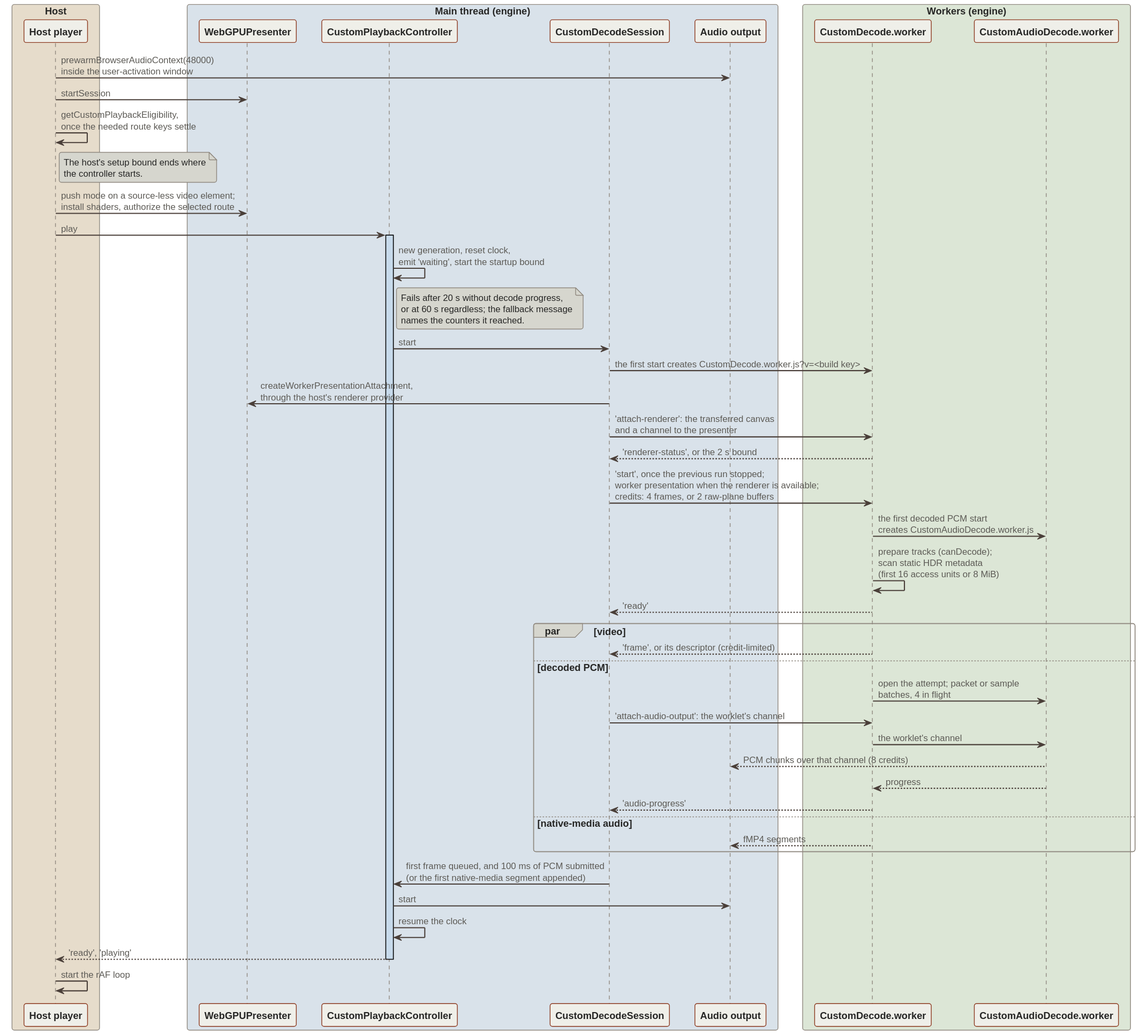
The PlantUML diagram docs/src/diagrams/custom-session-startup.light.svg in alchemyyy/WebGPU-Player, before a commit.
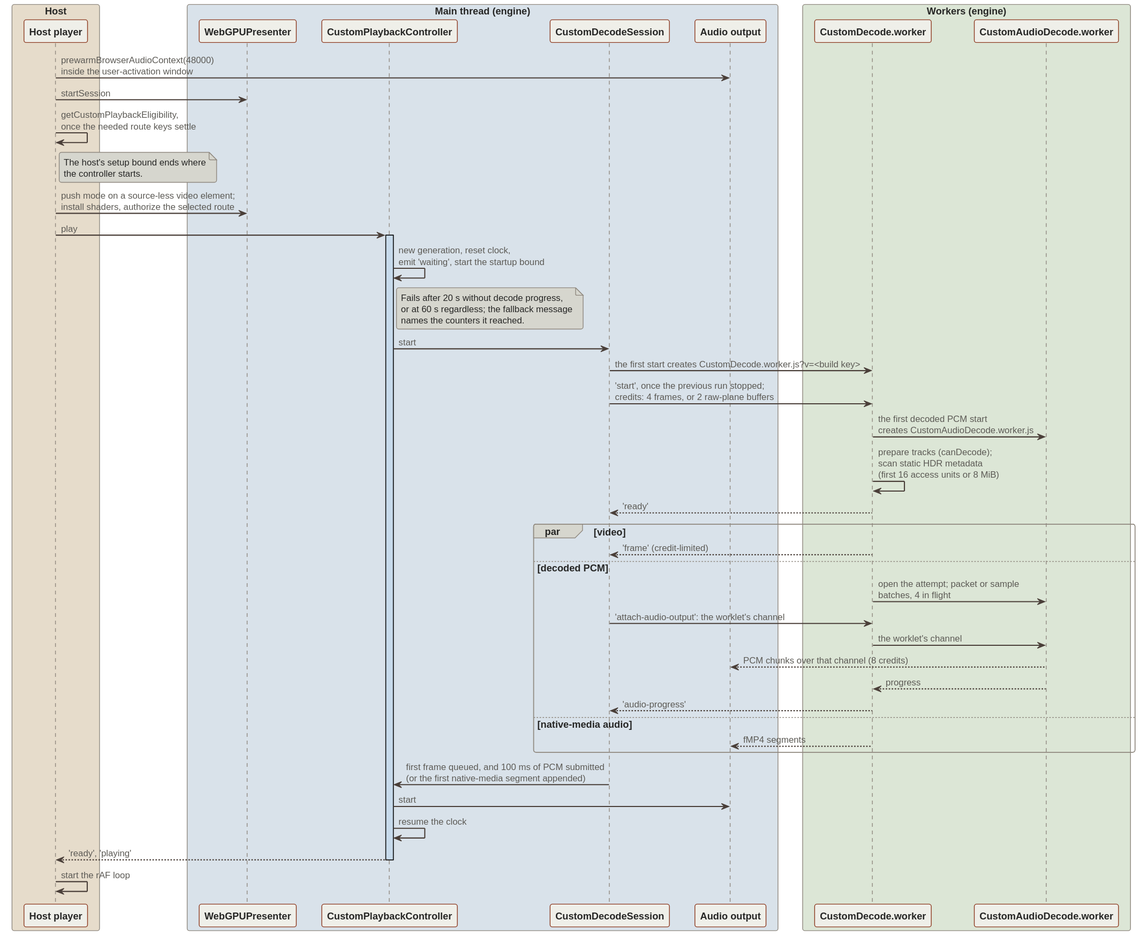
After the commit.

The edit, as a diff of the source:
```diff
@@ -34,15 +34,12 @@
 end note
 controller -> session : start
 session -> worker : the first start creates CustomDecode.worker.js?v=<build key>
-session -> presenter : createWorkerPresentationAttachment,\nthrough the host's renderer provider
-session -> worker : 'attach-renderer': the transferred canvas\nand a channel to the presenter
-worker --> session : 'renderer-status', or the 2 s bound
-session -> worker : 'start', once the previous run stopped;\nworker presentation when the renderer is available;\ncredits: 4 frames, or 2 raw-plane buffers
+session -> worker : 'start', once the previous run stopped;\ncredits: 4 frames, or 2 raw-plane buffers
 worker -> audioWorker : the first decoded PCM start\ncreates CustomAudioDecode.worker.js
 worker -> worker : prepare tracks (canDecode);\nscan static HDR metadata\n(first 16 access units or 8 MiB)
 worker --> session : 'ready'
 par video
-  worker --> session : 'frame', or its descriptor (credit-limited)
+  worker --> session : 'frame' (credit-limited)
 else decoded PCM
   worker -> audioWorker : open the attempt; packet or sample\nbatches, 4 in flight
   session -> worker : 'attach-audio-output': the worklet's channel
```
